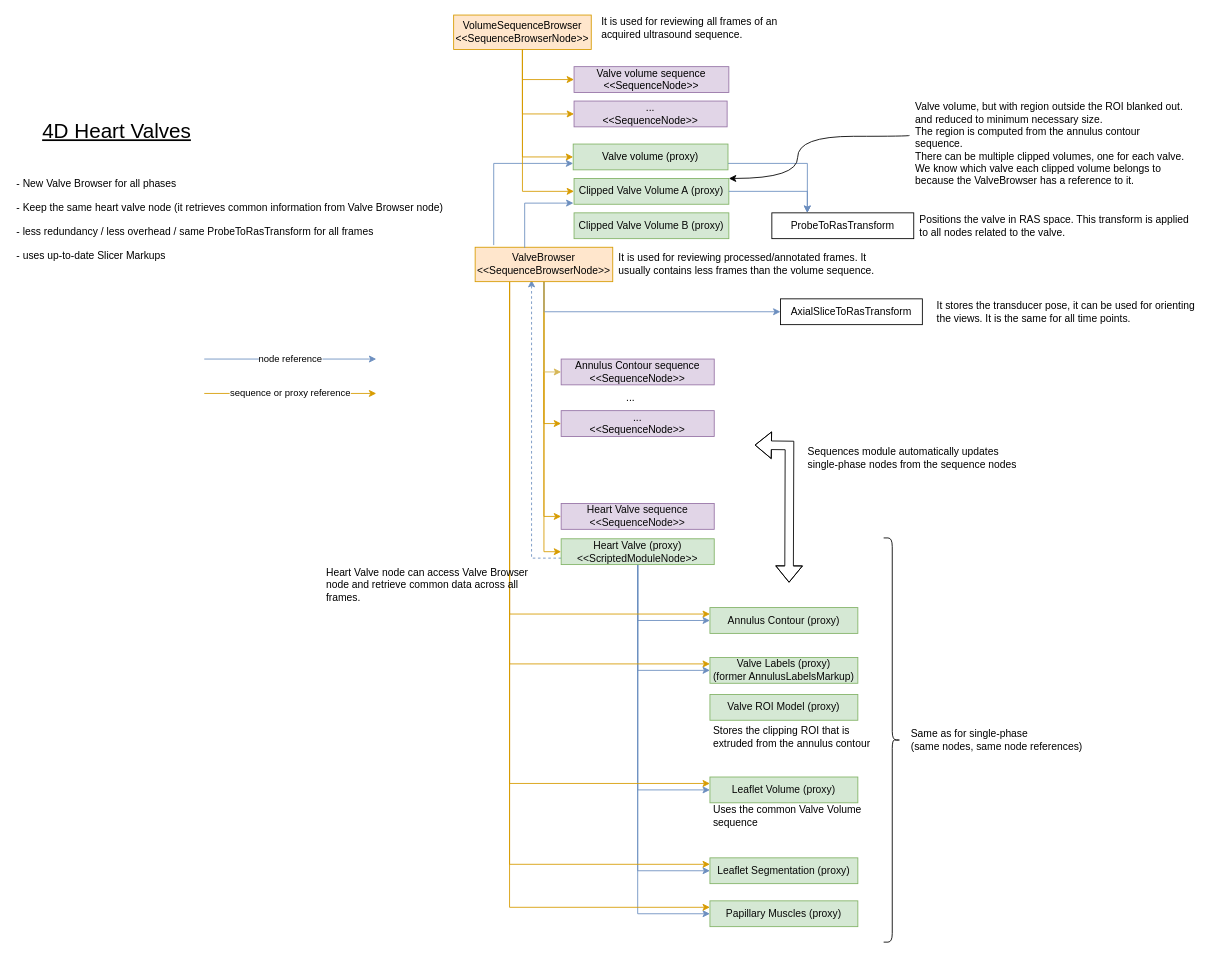
Before: Docs/HeartValveSequenceDesign.drawio in SlicerHeart/SlicerHeart, a draw.io diagram. Source tidied: cells renumbered, new cells numbered last; positions are measured from the earlier drawing's top-left corner, leaving out a move shared by most shapes. Both pictures are drawn from the tidied source at 86%, with x=0, y=0 at pixel (15, 15).
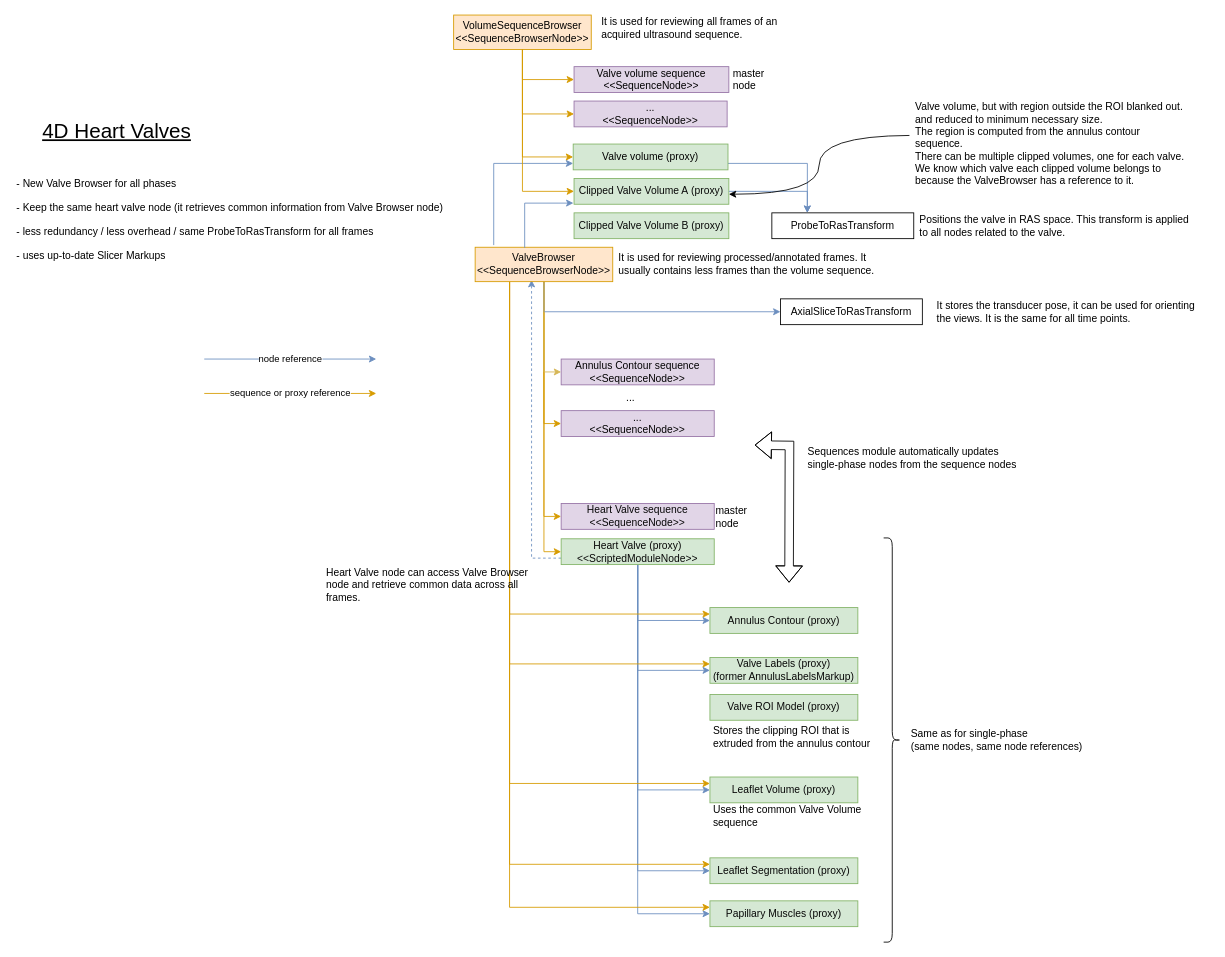
After the change.

The change refers to these unchanged cells:
```xml
<mxCell id="46" value="Clipped Valve Volume A&amp;nbsp;(proxy)" style="whiteSpace=wrap;html=1;fontSize=12;fillColor=#d5e8d4;strokeColor=#82b366;fontColor=#080808;" parent="1" vertex="1">
  <mxGeometry x="650" y="190" width="180" height="30" as="geometry" />
</mxCell>
```

Diff of the diagram source:
```diff
@@
-    <mxCell id="56" style="curved=1;endArrow=classic;html=1;rounded=0;entryX=1;entryY=0;entryDx=0;entryDy=0;edgeStyle=orthogonalEdgeStyle;" parent="1" edge="1" target="46">
+    <mxCell id="56" style="curved=1;endArrow=classic;html=1;rounded=0;entryX=1;entryY=0.611;entryDx=0;entryDy=0;edgeStyle=orthogonalEdgeStyle;entryPerimeter=0;" parent="1" edge="1" target="46">
       <mxGeometry relative="1" as="geometry">
         <mxPoint x="1040" y="140" as="sourcePoint" />
-        <Array as="points">
-          <mxPoint x="1040" y="141" />
-          <mxPoint x="910" y="141" />
-          <mxPoint x="910" y="190" />
-        </Array>
       </mxGeometry>
     </mxCell>
@@
+    <mxCell id="63" value="master node" style="text;html=1;strokeColor=none;fillColor=none;align=left;verticalAlign=middle;whiteSpace=wrap;rounded=0;" parent="1" vertex="1">
+      <mxGeometry x="813" y="568" width="57" height="32" as="geometry" />
+    </mxCell>
+    <mxCell id="64" value="master node" style="text;html=1;strokeColor=none;fillColor=none;align=left;verticalAlign=middle;whiteSpace=wrap;rounded=0;" parent="1" vertex="1">
+      <mxGeometry x="833" y="59" width="57" height="32" as="geometry" />
+    </mxCell>
```
